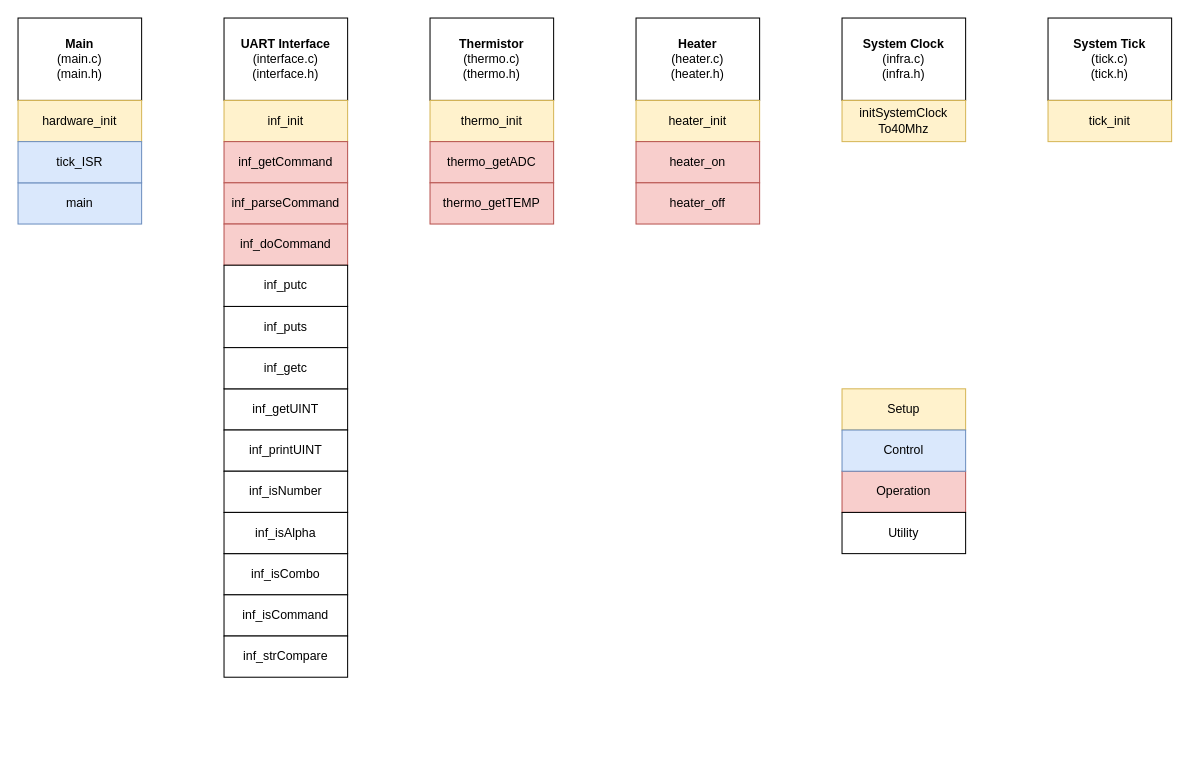
Before: documentation/uml.drawio in mannndrew/BrewBuddy, a draw.io diagram. Source tidied: cells renumbered, new cells numbered last; positions are measured from the earlier drawing's top-left corner, leaving out a move shared by most shapes. Both pictures are drawn from the tidied source at 103%, with x=0, y=0 at pixel (18, 18).
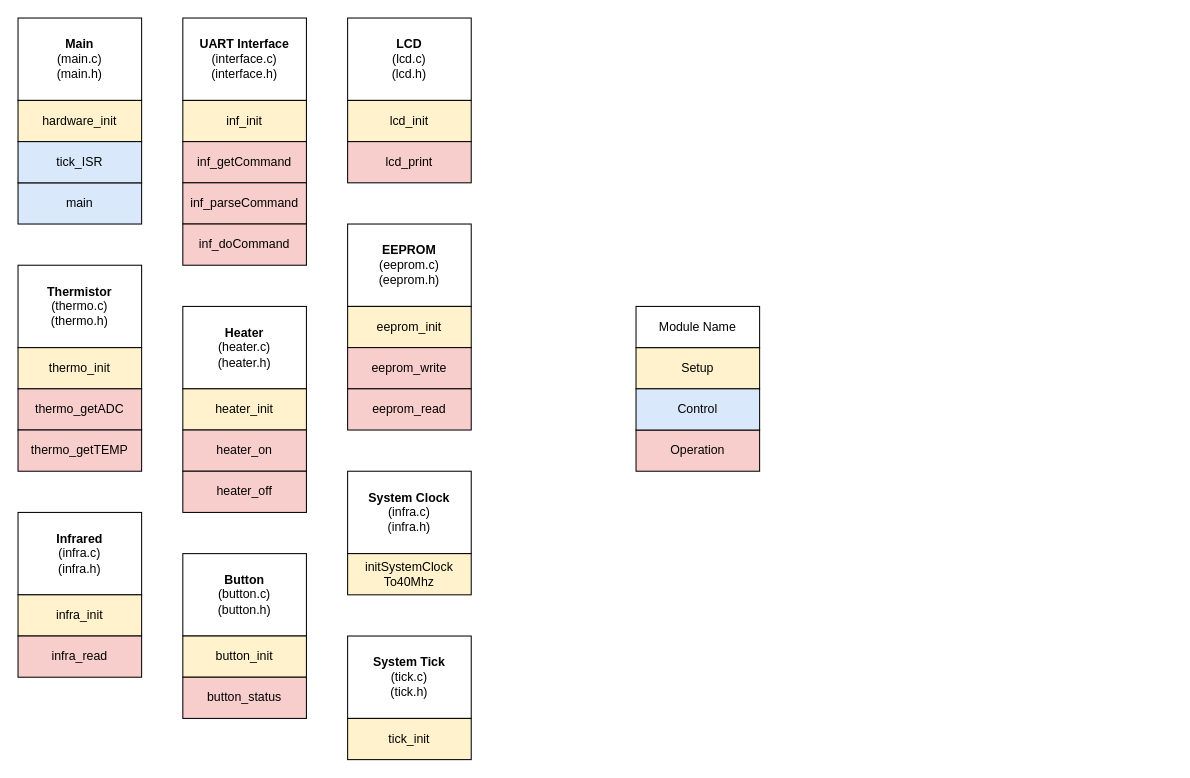
After the change.

What changed in the source:
```diff
@@
-    <mxCell id="2" value="&lt;div&gt;&lt;b&gt;Thermistor&lt;/b&gt;&lt;/div&gt;(thermo.c)&lt;br&gt;(thermo.h)" style="rounded=0;whiteSpace=wrap;html=1;" parent="1" vertex="1">
-      <mxGeometry x="400" width="120" height="80" as="geometry" />
+    <mxCell id="2" value="&lt;div&gt;&lt;b&gt;Thermistor&lt;/b&gt;&lt;/div&gt;(thermo.c)&lt;br&gt;(thermo.h)" style="rounded=0;whiteSpace=wrap;html=1;strokeColor=default;" parent="1" vertex="1">
+      <mxGeometry y="240" width="120" height="80" as="geometry" />
     </mxCell>
-    <mxCell id="3" value="thermo_init" style="rounded=0;whiteSpace=wrap;html=1;fillColor=#fff2cc;strokeColor=#d6b656;" parent="1" vertex="1">
-      <mxGeometry x="400" y="80" width="120" height="40" as="geometry" />
+    <mxCell id="3" value="thermo_init" style="rounded=0;whiteSpace=wrap;html=1;fillColor=#fff2cc;strokeColor=default;" parent="1" vertex="1">
+      <mxGeometry y="320" width="120" height="40" as="geometry" />
     </mxCell>
-    <mxCell id="4" value="thermo_getADC" style="rounded=0;whiteSpace=wrap;html=1;fillColor=#f8cecc;strokeColor=#b85450;" parent="1" vertex="1">
-      <mxGeometry x="400" y="120" width="120" height="40" as="geometry" />
+    <mxCell id="4" value="thermo_getADC" style="rounded=0;whiteSpace=wrap;html=1;fillColor=#f8cecc;strokeColor=default;" parent="1" vertex="1">
+      <mxGeometry y="360" width="120" height="40" as="geometry" />
     </mxCell>
-    <mxCell id="5" value="&lt;div&gt;&lt;b&gt;System Clock&lt;/b&gt;&lt;/div&gt;(infra.c)&lt;br&gt;(infra.h)" style="rounded=0;whiteSpace=wrap;html=1;" parent="1" vertex="1">
-      <mxGeometry x="800" width="120" height="80" as="geometry" />
+    <mxCell id="5" value="&lt;div&gt;&lt;b&gt;System Clock&lt;/b&gt;&lt;/div&gt;(infra.c)&lt;br&gt;(infra.h)" style="rounded=0;whiteSpace=wrap;html=1;strokeColor=default;" parent="1" vertex="1">
+      <mxGeometry x="320" y="440" width="120" height="80" as="geometry" />
     </mxCell>
-    <mxCell id="6" value="initSystemClock&lt;div&gt;To40Mhz&lt;/div&gt;" style="rounded=0;whiteSpace=wrap;html=1;fillColor=#fff2cc;strokeColor=#d6b656;" parent="1" vertex="1">
-      <mxGeometry x="800" y="80" width="120" height="40" as="geometry" />
+    <mxCell id="6" value="initSystemClock&lt;div&gt;To40Mhz&lt;/div&gt;" style="rounded=0;whiteSpace=wrap;html=1;fillColor=#fff2cc;strokeColor=default;" parent="1" vertex="1">
+      <mxGeometry x="320" y="520" width="120" height="40" as="geometry" />
     </mxCell>
-    <mxCell id="7" value="&lt;div&gt;&lt;b&gt;UART Interface&lt;/b&gt;&lt;/div&gt;(interface.c)&lt;br&gt;(interface.h)" style="rounded=0;whiteSpace=wrap;html=1;" parent="1" vertex="1">
-      <mxGeometry x="200" width="120" height="80" as="geometry" />
+    <mxCell id="7" value="&lt;div&gt;&lt;b&gt;UART Interface&lt;/b&gt;&lt;/div&gt;(interface.c)&lt;br&gt;(interface.h)" style="rounded=0;whiteSpace=wrap;html=1;strokeColor=default;" parent="1" vertex="1">
+      <mxGeometry x="160" width="120" height="80" as="geometry" />
     </mxCell>
-    <mxCell id="8" value="inf_init" style="rounded=0;whiteSpace=wrap;html=1;fillColor=#fff2cc;strokeColor=#d6b656;" parent="1" vertex="1">
-      <mxGeometry x="200" y="80" width="120" height="40" as="geometry" />
+    <mxCell id="8" value="inf_init" style="rounded=0;whiteSpace=wrap;html=1;fillColor=#fff2cc;strokeColor=default;" parent="1" vertex="1">
+      <mxGeometry x="160" y="80" width="120" height="40" as="geometry" />
     </mxCell>
-    <mxCell id="9" value="inf_getCommand" style="rounded=0;whiteSpace=wrap;html=1;fontStyle=0;fillColor=#f8cecc;strokeColor=#b85450;" parent="1" vertex="1">
-      <mxGeometry x="200" y="120" width="120" height="40" as="geometry" />
+    <mxCell id="9" value="inf_getCommand" style="rounded=0;whiteSpace=wrap;html=1;fontStyle=0;fillColor=#f8cecc;strokeColor=default;" parent="1" vertex="1">
+      <mxGeometry x="160" y="120" width="120" height="40" as="geometry" />
     </mxCell>
-    <mxCell id="10" value="inf_parseCommand" style="rounded=0;whiteSpace=wrap;html=1;fontStyle=0;fillColor=#f8cecc;strokeColor=#b85450;" parent="1" vertex="1">
-      <mxGeometry x="200" y="160" width="120" height="40" as="geometry" />
+    <mxCell id="10" value="inf_parseCommand" style="rounded=0;whiteSpace=wrap;html=1;fontStyle=0;fillColor=#f8cecc;strokeColor=default;" parent="1" vertex="1">
+      <mxGeometry x="160" y="160" width="120" height="40" as="geometry" />
     </mxCell>
-    <mxCell id="11" value="inf_doCommand" style="rounded=0;whiteSpace=wrap;html=1;fontStyle=0;fillColor=#f8cecc;strokeColor=#b85450;" parent="1" vertex="1">
-      <mxGeometry x="200" y="200" width="120" height="40" as="geometry" />
+    <mxCell id="11" value="inf_doCommand" style="rounded=0;whiteSpace=wrap;html=1;fontStyle=0;fillColor=#f8cecc;strokeColor=default;" parent="1" vertex="1">
+      <mxGeometry x="160" y="200" width="120" height="40" as="geometry" />
     </mxCell>
-    <mxCell id="12" value="inf_getUINT" style="rounded=0;whiteSpace=wrap;html=1;" parent="1" vertex="1">
-      <mxGeometry x="200" y="360" width="120" height="40" as="geometry" />
-    </mxCell>
-    <mxCell id="13" value="inf_puts" style="rounded=0;whiteSpace=wrap;html=1;" parent="1" vertex="1">
-      <mxGeometry x="200" y="280" width="120" height="40" as="geometry" />
-    </mxCell>
-    <mxCell id="14" value="inf_getc" style="rounded=0;whiteSpace=wrap;html=1;" parent="1" vertex="1">
-      <mxGeometry x="200" y="320" width="120" height="40" as="geometry" />
-    </mxCell>
-    <mxCell id="15" value="inf_putc" style="rounded=0;whiteSpace=wrap;html=1;" parent="1" vertex="1">
-      <mxGeometry x="200" y="240" width="120" height="40" as="geometry" />
-    </mxCell>
-    <mxCell id="16" value="&lt;div&gt;&lt;b&gt;Heater&lt;/b&gt;&lt;/div&gt;(heater.c)&lt;br&gt;(heater.h)" style="rounded=0;whiteSpace=wrap;html=1;" parent="1" vertex="1">
-      <mxGeometry x="600" width="120" height="80" as="geometry" />
+    <mxCell id="16" value="&lt;div&gt;&lt;b&gt;Heater&lt;/b&gt;&lt;/div&gt;(heater.c)&lt;br&gt;(heater.h)" style="rounded=0;whiteSpace=wrap;html=1;strokeColor=default;" parent="1" vertex="1">
+      <mxGeometry x="160" y="280" width="120" height="80" as="geometry" />
     </mxCell>
-    <mxCell id="17" value="heater_init" style="rounded=0;whiteSpace=wrap;html=1;fillColor=#fff2cc;strokeColor=#d6b656;" parent="1" vertex="1">
-      <mxGeometry x="600" y="80" width="120" height="40" as="geometry" />
+    <mxCell id="17" value="heater_init" style="rounded=0;whiteSpace=wrap;html=1;fillColor=#fff2cc;strokeColor=default;" parent="1" vertex="1">
+      <mxGeometry x="160" y="360" width="120" height="40" as="geometry" />
     </mxCell>
-    <mxCell id="18" value="heater_on" style="rounded=0;whiteSpace=wrap;html=1;fillColor=#f8cecc;strokeColor=#b85450;" parent="1" vertex="1">
-      <mxGeometry x="600" y="120" width="120" height="40" as="geometry" />
+    <mxCell id="18" value="heater_on" style="rounded=0;whiteSpace=wrap;html=1;fillColor=#f8cecc;strokeColor=default;" parent="1" vertex="1">
+      <mxGeometry x="160" y="400" width="120" height="40" as="geometry" />
     </mxCell>
-    <mxCell id="19" value="&lt;div&gt;&lt;b&gt;Main&lt;/b&gt;&lt;/div&gt;(main.c)&lt;br&gt;(main.h)" style="rounded=0;whiteSpace=wrap;html=1;" parent="1" vertex="1">
+    <mxCell id="19" value="&lt;div&gt;&lt;b&gt;Main&lt;/b&gt;&lt;/div&gt;(main.c)&lt;br&gt;(main.h)" style="rounded=0;whiteSpace=wrap;html=1;strokeColor=default;" parent="1" vertex="1">
       <mxGeometry width="120" height="80" as="geometry" />
     </mxCell>
-    <mxCell id="20" value="hardware_init" style="rounded=0;whiteSpace=wrap;html=1;fillColor=#fff2cc;strokeColor=#d6b656;" parent="1" vertex="1">
+    <mxCell id="20" value="hardware_init" style="rounded=0;whiteSpace=wrap;html=1;fillColor=#fff2cc;strokeColor=default;" parent="1" vertex="1">
       <mxGeometry y="80" width="120" height="40" as="geometry" />
     </mxCell>
-    <mxCell id="21" value="main" style="rounded=0;whiteSpace=wrap;html=1;fillColor=#dae8fc;strokeColor=#6c8ebf;" parent="1" vertex="1">
+    <mxCell id="21" value="main" style="rounded=0;whiteSpace=wrap;html=1;fillColor=#dae8fc;strokeColor=default;" parent="1" vertex="1">
       <mxGeometry y="160" width="120" height="40" as="geometry" />
     </mxCell>
-    <mxCell id="22" value="tick_ISR" style="rounded=0;whiteSpace=wrap;html=1;fillColor=#dae8fc;strokeColor=#6c8ebf;" parent="1" vertex="1">
+    <mxCell id="22" value="tick_ISR" style="rounded=0;whiteSpace=wrap;html=1;fillColor=#dae8fc;strokeColor=default;" parent="1" vertex="1">
       <mxGeometry y="120" width="120" height="40" as="geometry" />
     </mxCell>
-    <mxCell id="23" value="&lt;div&gt;&lt;b&gt;System Tick&lt;/b&gt;&lt;/div&gt;(tick.c)&lt;br&gt;(tick.h)" style="rounded=0;whiteSpace=wrap;html=1;" parent="1" vertex="1">
-      <mxGeometry x="1000" width="120" height="80" as="geometry" />
+    <mxCell id="23" value="&lt;div&gt;&lt;b&gt;System Tick&lt;/b&gt;&lt;/div&gt;(tick.c)&lt;br&gt;(tick.h)" style="rounded=0;whiteSpace=wrap;html=1;strokeColor=default;" parent="1" vertex="1">
+      <mxGeometry x="320" y="600" width="120" height="80" as="geometry" />
     </mxCell>
-    <mxCell id="24" value="tick_init" style="rounded=0;whiteSpace=wrap;html=1;fillColor=#fff2cc;strokeColor=#d6b656;" parent="1" vertex="1">
-      <mxGeometry x="1000" y="80" width="120" height="40" as="geometry" />
+    <mxCell id="24" value="tick_init" style="rounded=0;whiteSpace=wrap;html=1;fillColor=#fff2cc;strokeColor=default;" parent="1" vertex="1">
+      <mxGeometry x="320" y="680" width="120" height="40" as="geometry" />
     </mxCell>
-    <mxCell id="25" value="inf_printUINT" style="rounded=0;whiteSpace=wrap;html=1;" parent="1" vertex="1">
-      <mxGeometry x="200" y="400" width="120" height="40" as="geometry" />
-    </mxCell>
-    <mxCell id="26" value="inf_isCombo" style="rounded=0;whiteSpace=wrap;html=1;" parent="1" vertex="1">
-      <mxGeometry x="200" y="520" width="120" height="40" as="geometry" />
-    </mxCell>
-    <mxCell id="27" value="inf_isNumber" style="rounded=0;whiteSpace=wrap;html=1;" parent="1" vertex="1">
-      <mxGeometry x="200" y="440" width="120" height="40" as="geometry" />
-    </mxCell>
-    <mxCell id="28" value="inf_isAlpha" style="rounded=0;whiteSpace=wrap;html=1;" parent="1" vertex="1">
-      <mxGeometry x="200" y="480" width="120" height="40" as="geometry" />
-    </mxCell>
-    <mxCell id="29" value="inf_isCommand" style="rounded=0;whiteSpace=wrap;html=1;" parent="1" vertex="1">
-      <mxGeometry x="200" y="560" width="120" height="40" as="geometry" />
-    </mxCell>
-    <mxCell id="30" value="inf_strCompare" style="rounded=0;whiteSpace=wrap;html=1;" parent="1" vertex="1">
-      <mxGeometry x="200" y="600" width="120" height="40" as="geometry" />
-    </mxCell>
-    <mxCell id="31" value="thermo_getTEMP" style="rounded=0;whiteSpace=wrap;html=1;fillColor=#f8cecc;strokeColor=#b85450;" parent="1" vertex="1">
-      <mxGeometry x="400" y="160" width="120" height="40" as="geometry" />
+    <mxCell id="31" value="thermo_getTEMP" style="rounded=0;whiteSpace=wrap;html=1;fillColor=#f8cecc;strokeColor=default;" parent="1" vertex="1">
+      <mxGeometry y="400" width="120" height="40" as="geometry" />
     </mxCell>
-    <mxCell id="32" value="heater_off" style="rounded=0;whiteSpace=wrap;html=1;fillColor=#f8cecc;strokeColor=#b85450;" parent="1" vertex="1">
-      <mxGeometry x="600" y="160" width="120" height="40" as="geometry" />
+    <mxCell id="32" value="heater_off" style="rounded=0;whiteSpace=wrap;html=1;fillColor=#f8cecc;strokeColor=default;" parent="1" vertex="1">
+      <mxGeometry x="160" y="440" width="120" height="40" as="geometry" />
     </mxCell>
-    <mxCell id="33" value="Setup" style="rounded=0;whiteSpace=wrap;html=1;fillColor=#fff2cc;strokeColor=#d6b656;" parent="1" vertex="1">
-      <mxGeometry x="800" y="360" width="120" height="40" as="geometry" />
+    <mxCell id="33" value="Setup" style="rounded=0;whiteSpace=wrap;html=1;fillColor=#fff2cc;strokeColor=default;" parent="1" vertex="1">
+      <mxGeometry x="600" y="320" width="120" height="40" as="geometry" />
     </mxCell>
-    <mxCell id="34" value="Operation" style="rounded=0;whiteSpace=wrap;html=1;fillColor=#f8cecc;strokeColor=#b85450;" parent="1" vertex="1">
-      <mxGeometry x="800" y="440" width="120" height="40" as="geometry" />
+    <mxCell id="34" value="Operation" style="rounded=0;whiteSpace=wrap;html=1;fillColor=#f8cecc;strokeColor=default;" parent="1" vertex="1">
+      <mxGeometry x="600" y="400" width="120" height="40" as="geometry" />
     </mxCell>
-    <mxCell id="35" value="Control" style="rounded=0;whiteSpace=wrap;html=1;fillColor=#dae8fc;strokeColor=#6c8ebf;" parent="1" vertex="1">
-      <mxGeometry x="800" y="400" width="120" height="40" as="geometry" />
+    <mxCell id="35" value="Control" style="rounded=0;whiteSpace=wrap;html=1;fillColor=#dae8fc;strokeColor=default;" parent="1" vertex="1">
+      <mxGeometry x="600" y="360" width="120" height="40" as="geometry" />
     </mxCell>
-    <mxCell id="36" value="Utility" style="rounded=0;whiteSpace=wrap;html=1;" parent="1" vertex="1">
-      <mxGeometry x="800" y="480" width="120" height="40" as="geometry" />
+    <mxCell id="36" value="Module Name" style="rounded=0;whiteSpace=wrap;html=1;strokeColor=default;" parent="1" vertex="1">
+      <mxGeometry x="600" y="280" width="120" height="40" as="geometry" />
     </mxCell>
+    <mxCell id="37" value="&lt;div&gt;&lt;b&gt;Button&lt;/b&gt;&lt;/div&gt;(button.c)&lt;br&gt;(button.h)" style="rounded=0;whiteSpace=wrap;html=1;strokeColor=default;" parent="1" vertex="1">
+      <mxGeometry x="160" y="520" width="120" height="80" as="geometry" />
+    </mxCell>
+    <mxCell id="38" value="button_init" style="rounded=0;whiteSpace=wrap;html=1;fillColor=#fff2cc;strokeColor=default;" parent="1" vertex="1">
+      <mxGeometry x="160" y="600" width="120" height="40" as="geometry" />
+    </mxCell>
+    <mxCell id="39" value="button_status" style="rounded=0;whiteSpace=wrap;html=1;fillColor=#f8cecc;strokeColor=default;" parent="1" vertex="1">
+      <mxGeometry x="160" y="640" width="120" height="40" as="geometry" />
+    </mxCell>
+    <mxCell id="40" value="&lt;div&gt;&lt;b&gt;EEPROM&lt;/b&gt;&lt;/div&gt;(eeprom.c)&lt;br&gt;(eeprom.h)" style="rounded=0;whiteSpace=wrap;html=1;strokeColor=default;" parent="1" vertex="1">
+      <mxGeometry x="320" y="200" width="120" height="80" as="geometry" />
+    </mxCell>
+    <mxCell id="41" value="eeprom_init" style="rounded=0;whiteSpace=wrap;html=1;fillColor=#fff2cc;strokeColor=default;" parent="1" vertex="1">
+      <mxGeometry x="320" y="280" width="120" height="40" as="geometry" />
+    </mxCell>
+    <mxCell id="42" value="eeprom_write" style="rounded=0;whiteSpace=wrap;html=1;fillColor=#f8cecc;strokeColor=default;" parent="1" vertex="1">
+      <mxGeometry x="320" y="320" width="120" height="40" as="geometry" />
+    </mxCell>
+    <mxCell id="43" value="eeprom_read" style="rounded=0;whiteSpace=wrap;html=1;fillColor=#f8cecc;strokeColor=default;" parent="1" vertex="1">
+      <mxGeometry x="320" y="360" width="120" height="40" as="geometry" />
+    </mxCell>
+    <mxCell id="44" value="&lt;div&gt;&lt;span style=&quot;background-color: initial;&quot;&gt;&lt;b&gt;Infrared&lt;/b&gt;&lt;/span&gt;&lt;/div&gt;&lt;div&gt;&lt;span style=&quot;background-color: initial;&quot;&gt;(infra.c)&lt;/span&gt;&lt;br&gt;&lt;/div&gt;(infra.h)" style="rounded=0;whiteSpace=wrap;html=1;strokeColor=default;" parent="1" vertex="1">
+      <mxGeometry y="480" width="120" height="80" as="geometry" />
+    </mxCell>
+    <mxCell id="45" value="infra_init" style="rounded=0;whiteSpace=wrap;html=1;fillColor=#fff2cc;strokeColor=default;" parent="1" vertex="1">
+      <mxGeometry y="560" width="120" height="40" as="geometry" />
+    </mxCell>
+    <mxCell id="46" value="infra_read" style="rounded=0;whiteSpace=wrap;html=1;fillColor=#f8cecc;strokeColor=default;" parent="1" vertex="1">
+      <mxGeometry y="600" width="120" height="40" as="geometry" />
+    </mxCell>
+    <mxCell id="47" value="&lt;div&gt;&lt;b&gt;LCD&lt;/b&gt;&lt;/div&gt;(lcd.c)&lt;br&gt;(lcd.h)" style="rounded=0;whiteSpace=wrap;html=1;strokeColor=default;" parent="1" vertex="1">
+      <mxGeometry x="320" width="120" height="80" as="geometry" />
+    </mxCell>
+    <mxCell id="48" value="lcd_init" style="rounded=0;whiteSpace=wrap;html=1;fillColor=#fff2cc;strokeColor=default;" parent="1" vertex="1">
+      <mxGeometry x="320" y="80" width="120" height="40" as="geometry" />
+    </mxCell>
+    <mxCell id="49" value="lcd_print" style="rounded=0;whiteSpace=wrap;html=1;fillColor=#f8cecc;strokeColor=default;" parent="1" vertex="1">
+      <mxGeometry x="320" y="120" width="120" height="40" as="geometry" />
+    </mxCell>
```
